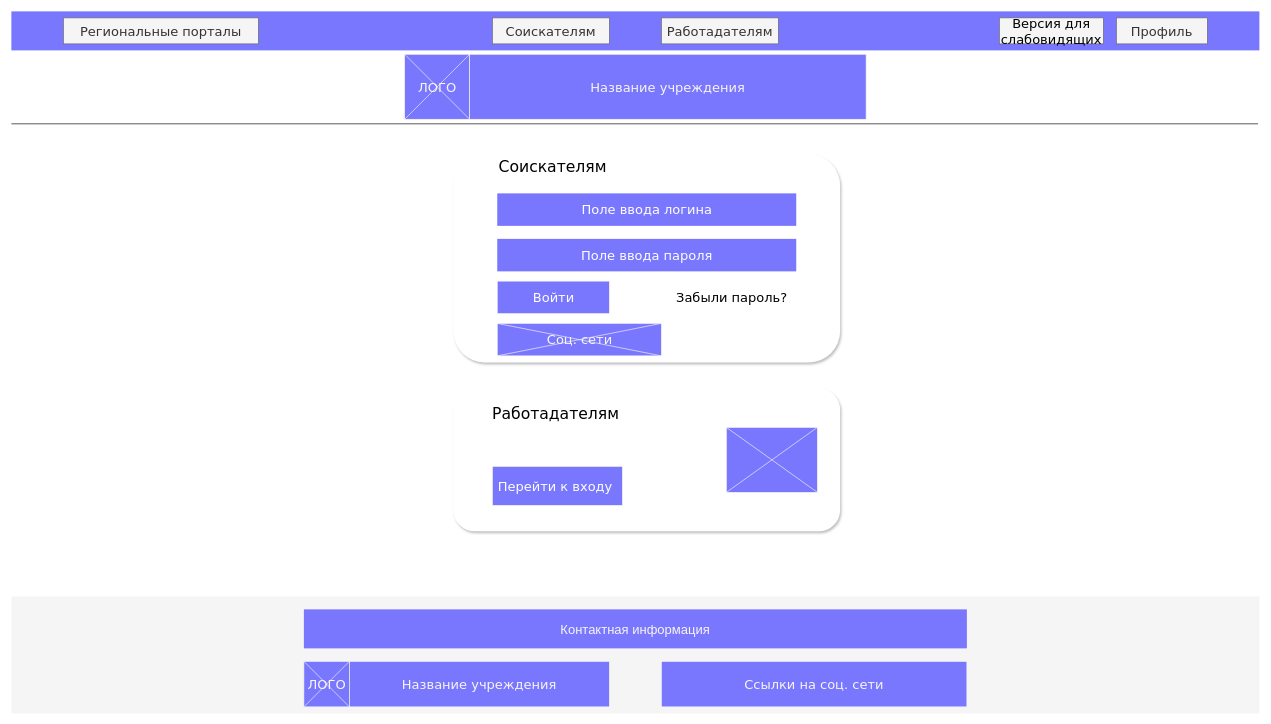
This is Макет сайта.drawio from Halababka/WordSkills2023, a draw.io file, before an edit. Source tidied: cells renumbered, new cells numbered last; positions are measured from the earlier drawing's top-left corner, leaving out a move shared by most shapes. Both pictures are drawn from the tidied source at 65%, with x=0, y=0 at pixel (11, 11).
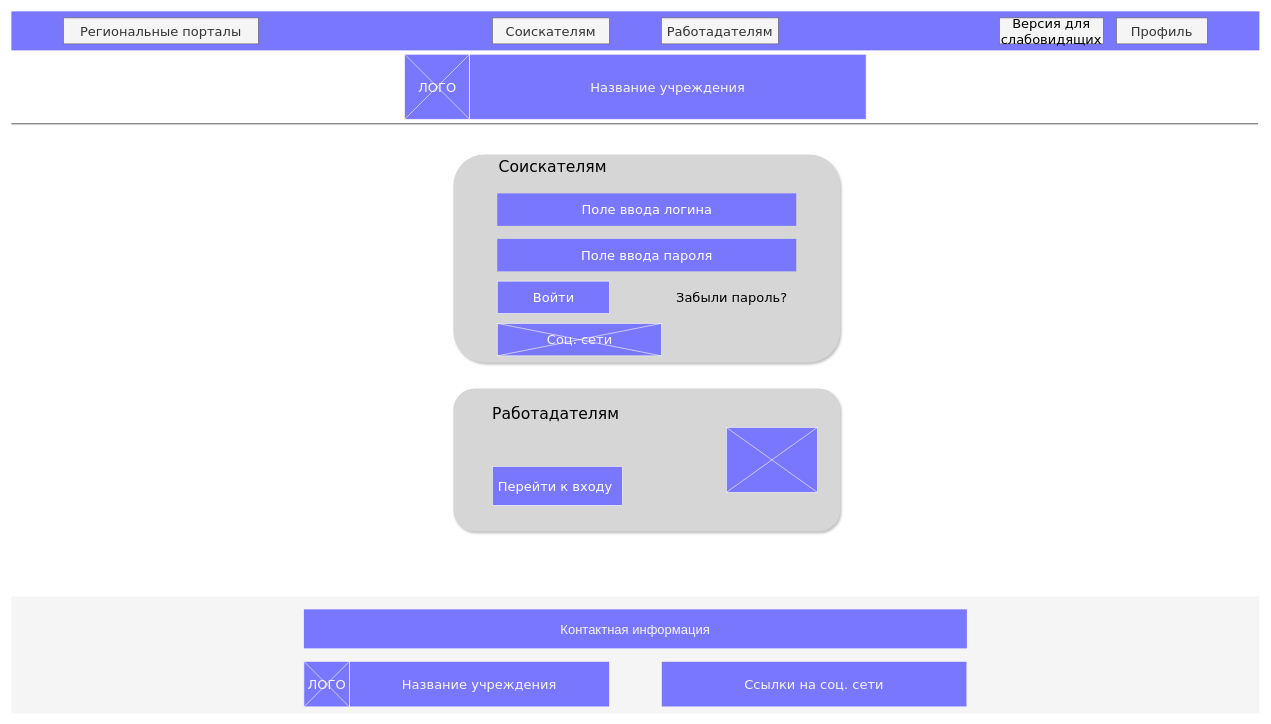
After the change.

What changed in the source:
```diff
@@
-    <mxCell id="13" style="rounded=1;whiteSpace=wrap;html=1;strokeColor=none;fontFamily=Verdana;fontSize=20;fontColor=#000000;fillColor=#FFFFFF;arcSize=15;shadow=1;glass=0;absoluteArcSize=0;comic=0;" parent="1" vertex="1">
+    <mxCell id="13" style="rounded=1;whiteSpace=wrap;html=1;strokeColor=none;fontFamily=Verdana;fontSize=20;fontColor=#000000;fillColor=#D6D6D6;arcSize=15;shadow=1;glass=0;absoluteArcSize=0;comic=0;" parent="1" vertex="1">
       <mxGeometry x="680" y="220" width="595" height="320" as="geometry" />
     </mxCell>
@@
-    <mxCell id="22" style="rounded=1;whiteSpace=wrap;html=1;strokeColor=none;fontFamily=Verdana;fontSize=20;fontColor=#000000;fillColor=#FFFFFF;arcSize=15;shadow=1;" parent="1" vertex="1">
+    <mxCell id="22" style="rounded=1;whiteSpace=wrap;html=1;strokeColor=none;fontFamily=Verdana;fontSize=20;fontColor=#000000;fillColor=#d6d6d6;arcSize=15;shadow=1;" parent="1" vertex="1">
       <mxGeometry x="680" y="580" width="595" height="220" as="geometry" />
     </mxCell>
```
